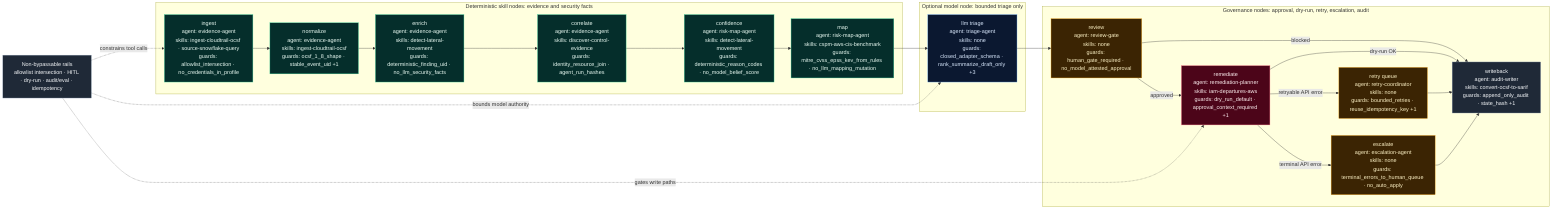
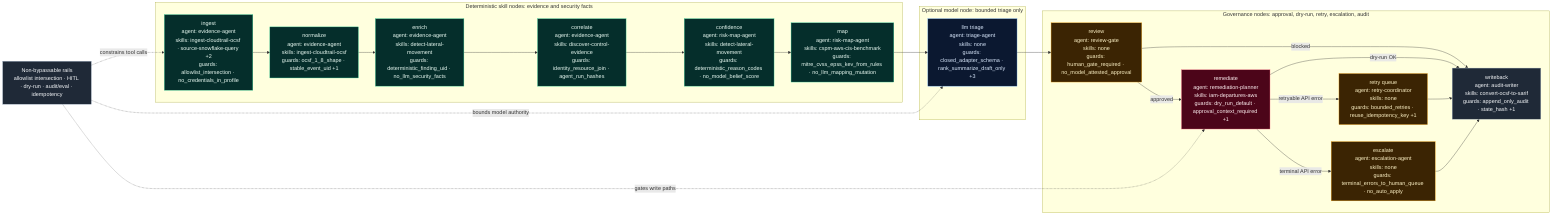
%% Generated by examples/agents/render_langgraph_pipeline_diagram.py.
%% Source of truth: pipeline_contract() in examples/agents/langgraph_security_graph.py.
%% Do not hand-edit topology here; update the contract and rerun the renderer.

flowchart LR
    classDef fact fill:#052e2b,stroke:#34d399,color:#ecfdf5
    classDef agent fill:#0b1830,stroke:#60a5fa,color:#dbeafe
    classDef gate fill:#3b2403,stroke:#f59e0b,color:#fef3c7
    classDef write fill:#4c0519,stroke:#fb7185,color:#fff1f2
    classDef audit fill:#1f2937,stroke:#94a3b8,color:#f8fafc

    subgraph FACTS["Deterministic skill nodes: evidence and security facts"]
-         ING["ingest<br/>agent: evidence-agent<br/>skills: ingest-cloudtrail-ocsf · source-snowflake-query<br/>guards: allowlist_intersection · no_credentials_in_profile"]:::fact
+         ING["ingest<br/>agent: evidence-agent<br/>skills: ingest-cloudtrail-ocsf · source-snowflake-query +2<br/>guards: allowlist_intersection · no_credentials_in_profile"]:::fact
        NORM["normalize<br/>agent: evidence-agent<br/>skills: ingest-cloudtrail-ocsf<br/>guards: ocsf_1_8_shape · stable_event_uid +1"]:::fact
        ENR["enrich<br/>agent: evidence-agent<br/>skills: detect-lateral-movement<br/>guards: deterministic_finding_uid · no_llm_security_facts"]:::fact
        COR["correlate<br/>agent: evidence-agent<br/>skills: discover-control-evidence<br/>guards: identity_resource_join · agent_run_hashes"]:::fact
        CONF["confidence<br/>agent: risk-map-agent<br/>skills: detect-lateral-movement<br/>guards: deterministic_reason_codes · no_model_belief_score"]:::fact
        MAP["map<br/>agent: risk-map-agent<br/>skills: cspm-aws-cis-benchmark<br/>guards: mitre_cvss_epss_kev_from_rules · no_llm_mapping_mutation"]:::fact
    end

    subgraph LLM["Optional model node: bounded triage only"]
        TRIAGE["llm triage<br/>agent: triage-agent<br/>skills: none<br/>guards: closed_adapter_schema · rank_summarize_draft_only +3"]:::agent
    end

    subgraph GOV["Governance nodes: approval, dry-run, retry, escalation, audit"]
        REVIEW["review<br/>agent: review-gate<br/>skills: none<br/>guards: human_gate_required · no_model_attested_approval"]:::gate
        REM["remediate<br/>agent: remediation-planner<br/>skills: iam-departures-aws<br/>guards: dry_run_default · approval_context_required +1"]:::write
        RETRY["retry queue<br/>agent: retry-coordinator<br/>skills: none<br/>guards: bounded_retries · reuse_idempotency_key +1"]:::gate
        ESC["escalate<br/>agent: escalation-agent<br/>skills: none<br/>guards: terminal_errors_to_human_queue · no_auto_apply"]:::gate
        AUDIT["writeback<br/>agent: audit-writer<br/>skills: convert-ocsf-to-sarif<br/>guards: append_only_audit · state_hash +1"]:::audit
    end

    ING --> NORM
    NORM --> ENR
    ENR --> COR
    COR --> CONF
    CONF --> MAP
    MAP --> TRIAGE
    TRIAGE --> REVIEW
    REVIEW -- approved --> REM
    REVIEW -- blocked --> AUDIT
    REM -- retryable API error --> RETRY
    REM -- terminal API error --> ESC
    REM -- dry-run OK --> AUDIT
    RETRY --> AUDIT
    ESC --> AUDIT

    RAILS["Non-bypassable rails<br/>allowlist intersection · HITL · dry-run · audit/eval · idempotency"]:::audit
    RAILS -. constrains tool calls .-> ING
    RAILS -. bounds model authority .-> TRIAGE
    RAILS -. gates write paths .-> REM
